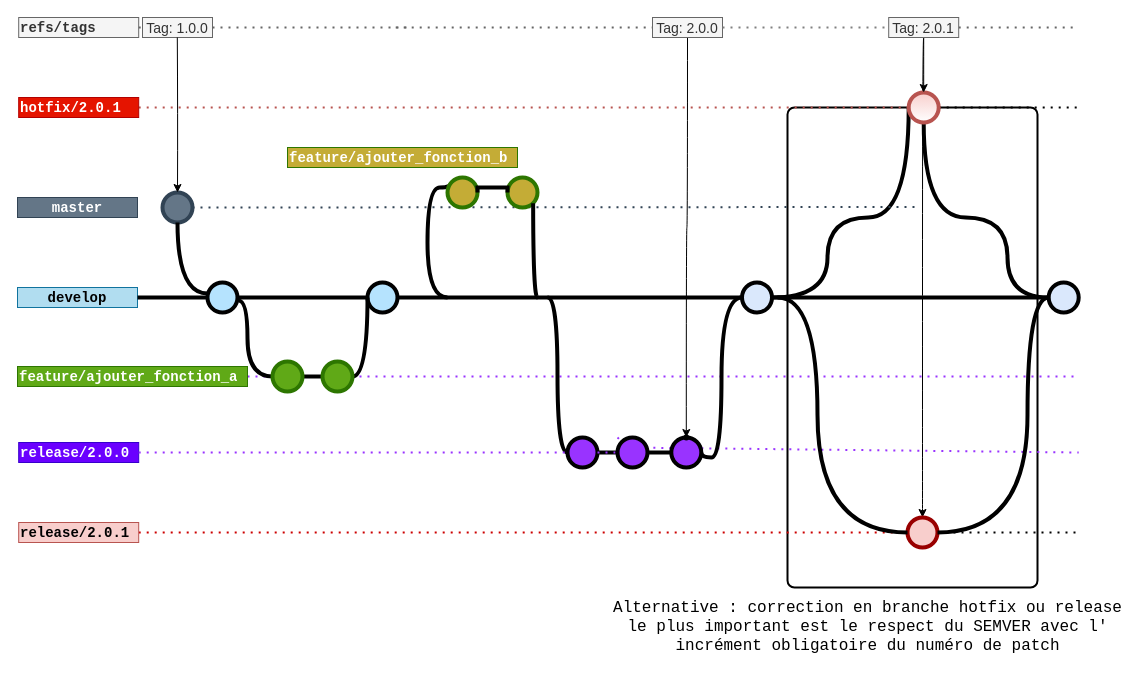
Above: page "gitflow et pipeline" (1 of 4) of BP_SAC_gitflow_13_11.drawio in jmrablat/GITFLOW-BP-SAC (draw.io), before the change. Source tidied: cells renumbered, new cells numbered last; positions are measured from the earlier drawing's top-left corner, leaving out a move shared by most shapes. Both pictures are drawn from the tidied source at 100%, with x=0, y=0 at pixel (17, 17).
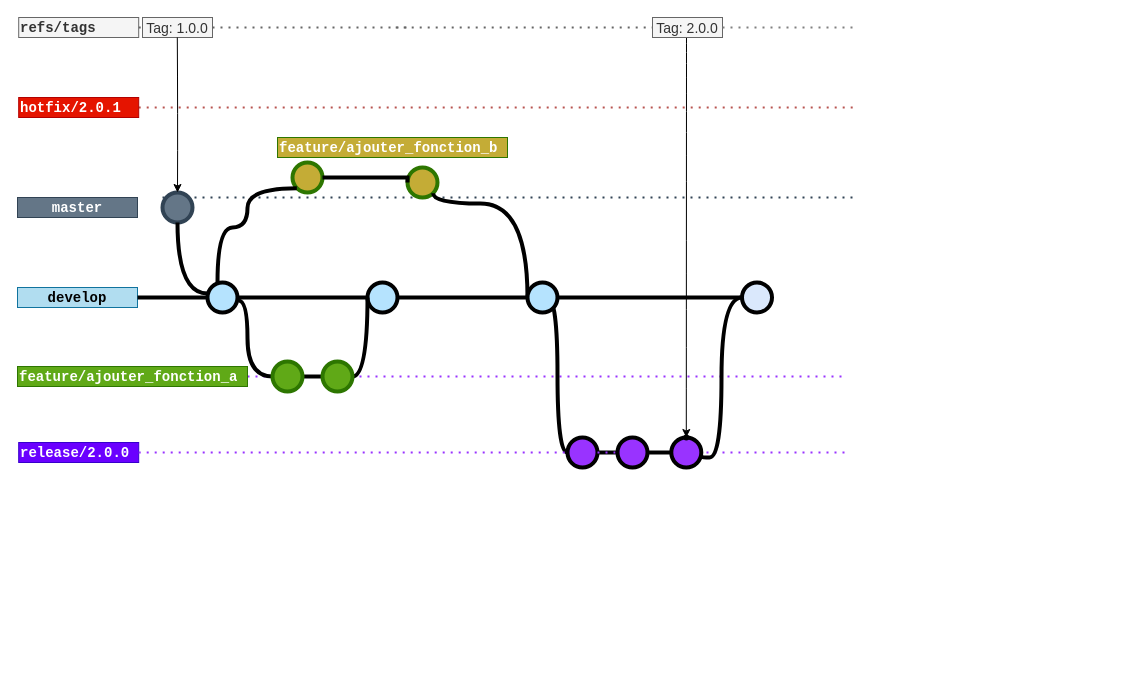
The same page after the edit.

Commit message:
mettre à jour fonction b

Unchanged cells that the change refers to:
```xml
<mxCell id="9" style="verticalLabelPosition=bottom;verticalAlign=top;html=1;strokeWidth=4;shape=mxgraph.flowchart.on-page_reference;plain-blue;gradientColor=none;fillColor=#B5E3Fe;strokeColor=#000000;" parent="1" vertex="1">
  <mxGeometry x="350" y="265" width="30" height="30" as="geometry" />
</mxCell>
<mxCell id="11" style="verticalLabelPosition=bottom;verticalAlign=top;html=1;strokeWidth=4;shape=mxgraph.flowchart.on-page_reference;plain-blue;gradientColor=none;strokeColor=#000000;" parent="1" vertex="1">
  <mxGeometry x="724.5" y="265" width="30" height="30" as="geometry" />
</mxCell>
<mxCell id="19" style="verticalLabelPosition=bottom;verticalAlign=top;html=1;strokeWidth=4;shape=mxgraph.flowchart.on-page_reference;plain-purple;gradientColor=none;strokeColor=#000000;fillColor=#9933FF;" parent="1" vertex="1">
  <mxGeometry x="653.8" y="420" width="30" height="30" as="geometry" />
</mxCell>
<mxCell id="22" value="hotfix/2.0.1" style="text;html=1;strokeColor=#B20000;fillColor=#e51400;align=left;verticalAlign=middle;whiteSpace=wrap;overflow=hidden;fontSize=14;fontStyle=1;fontFamily=Courier New;fontColor=#ffffff;" parent="1" vertex="1">
  <mxGeometry x="1.2" y="80" width="120" height="20" as="geometry" />
</mxCell>
<mxCell id="26" style="verticalLabelPosition=bottom;verticalAlign=top;html=1;strokeWidth=4;shape=mxgraph.flowchart.on-page_reference;plain-blue;gradientColor=none;fillColor=#B5E3Fe;strokeColor=#000000;" parent="1" vertex="1">
  <mxGeometry x="190" y="265" width="30" height="30" as="geometry" />
</mxCell>
<mxCell id="32" value="feature/ajouter_fonction_a" style="text;html=1;strokeColor=#2D7600;fillColor=#60a917;align=left;verticalAlign=middle;whiteSpace=wrap;overflow=hidden;fontSize=14;fontStyle=1;fontFamily=Courier New;fontColor=#ffffff;" parent="1" vertex="1">
  <mxGeometry y="349" width="230" height="20" as="geometry" />
</mxCell>
<mxCell id="36" value="Tag: 2.0.0" style="text;html=1;strokeColor=#666666;fillColor=#f5f5f5;align=center;verticalAlign=middle;whiteSpace=wrap;overflow=hidden;fontSize=14;fontColor=#333333;" parent="1" vertex="1">
  <mxGeometry x="635" width="70" height="20" as="geometry" />
</mxCell>
<mxCell id="41" style="shape=waypoint;sketch=0;size=6;points=[];fillColor=none;perimeter=centerPerimeter;snapToPoint=1;" parent="1" vertex="1">
  <mxGeometry x="648.8" y="400" width="40" height="40" as="geometry" />
</mxCell>
<mxCell id="52" style="verticalLabelPosition=bottom;verticalAlign=top;html=1;strokeWidth=4;shape=mxgraph.flowchart.on-page_reference;fillColor=#647687;strokeColor=#314354;fontColor=#ffffff;" parent="1" vertex="1">
  <mxGeometry x="145" y="175" width="30" height="30" as="geometry" />
</mxCell>
<mxCell id="64" style="verticalLabelPosition=bottom;verticalAlign=top;html=1;strokeWidth=4;shape=mxgraph.flowchart.on-page_reference;plain-purple;gradientColor=none;strokeColor=#000000;fillColor=#9933FF;" parent="1" vertex="1">
  <mxGeometry x="600" y="420" width="30" height="30" as="geometry" />
</mxCell>
```

The edit, as a diff of the source:
```diff
@@
-    <mxCell id="2" style="edgeStyle=orthogonalEdgeStyle;curved=1;rounded=0;jettySize=auto;html=1;exitX=0.5;exitY=1;exitDx=0;exitDy=0;entryX=0.5;entryY=0;entryDx=0;entryDy=0;entryPerimeter=0;" parent="1" edge="1" source="39" target="46">
-      <mxGeometry relative="1" as="geometry">
-        <Array as="points">
-          <mxPoint x="905" y="480" />
-          <mxPoint x="905" y="480" />
-        </Array>
-      </mxGeometry>
-    </mxCell>
-    <mxCell id="3" style="rounded=1;whiteSpace=wrap;html=1;absoluteArcSize=1;arcSize=14;strokeWidth=2;fontFamily=Courier New;fontSize=16;fontColor=default;fillColor=none;" parent="1" vertex="1">
-      <mxGeometry x="770" y="90" width="250" height="480" as="geometry" />
-    </mxCell>
-    <mxCell id="4" style="endArrow=none;dashed=1;html=1;dashPattern=1 3;strokeWidth=2;rounded=0;fontColor=#B85450;exitX=1;exitY=0.5;exitDx=0;exitDy=0;strokeColor=#B85450;" parent="1" edge="1" source="22" target="25">
-      <mxGeometry relative="1" as="geometry" />
+    <mxCell id="4" style="endArrow=none;dashed=1;html=1;dashPattern=1 3;strokeWidth=2;rounded=0;fontColor=#B85450;exitX=1;exitY=0.5;exitDx=0;exitDy=0;strokeColor=#B85450;" parent="1" edge="1" source="22">
+      <mxGeometry relative="1" as="geometry">
+        <mxPoint x="840" y="90" as="targetPoint" />
+      </mxGeometry>
     </mxCell>
-    <mxCell id="5" style="endArrow=none;dashed=1;html=1;dashPattern=1 3;strokeWidth=2;rounded=0;fontColor=#E1D5E7;strokeColor=#9933FF;" parent="1" edge="1" source="64">
+    <mxCell id="5" style="endArrow=none;dashed=1;html=1;dashPattern=1 3;strokeWidth=2;rounded=0;fontColor=#E1D5E7;strokeColor=#9933FF;" parent="1" edge="1">
       <mxGeometry relative="1" as="geometry">
-        <mxPoint x="1061.2" y="435" as="targetPoint" />
+        <mxPoint x="689" y="435" as="sourcePoint" />
+        <mxPoint x="830" y="435" as="targetPoint" />
         <Array as="points">
-          <mxPoint x="610" y="430" />
+          <mxPoint x="709" y="435" />
         </Array>
       </mxGeometry>
     </mxCell>
     <mxCell id="6" style="endArrow=none;dashed=1;html=1;dashPattern=1 3;strokeWidth=2;rounded=0;fontColor=#E1D5E7;strokeColor=#9933FF;" parent="1" edge="1" source="32">
       <mxGeometry relative="1" as="geometry">
-        <mxPoint x="1060" y="359" as="targetPoint" />
+        <mxPoint x="830" y="359" as="targetPoint" />
       </mxGeometry>
     </mxCell>
-    <mxCell id="7" style="edgeStyle=orthogonalEdgeStyle;rounded=0;html=1;jettySize=auto;plain-blue;endArrow=none;endFill=0;strokeWidth=4;strokeColor=#000000;" parent="1" edge="1" source="9" target="11">
+    <mxCell id="7" style="edgeStyle=orthogonalEdgeStyle;rounded=0;html=1;jettySize=auto;plain-blue;endArrow=none;endFill=0;strokeWidth=4;strokeColor=#000000;" parent="1" edge="1" source="69" target="11">
       <mxGeometry x="504.5" y="320" as="geometry" />
     </mxCell>
@@
-    <mxCell id="10" style="edgeStyle=orthogonalEdgeStyle;curved=1;rounded=0;jettySize=auto;html=1;endArrow=none;endFill=0;strokeWidth=4;fontFamily=Courier New;fontSize=16;" parent="1" edge="1" source="11">
-      <mxGeometry relative="1" as="geometry">
-        <mxPoint x="1030" y="280" as="targetPoint" />
-      </mxGeometry>
-    </mxCell>
@@
-    <mxCell id="12" style="edgeStyle=orthogonalEdgeStyle;curved=1;rounded=0;jettySize=auto;html=1;endArrow=none;endFill=0;strokeWidth=4;fontFamily=Courier New;fontSize=16;entryX=0;entryY=0.5;entryDx=0;entryDy=0;entryPerimeter=0;exitX=1;exitY=0.5;exitDx=0;exitDy=0;exitPerimeter=0;" parent="1" edge="1" source="11" target="25">
-      <mxGeometry relative="1" as="geometry">
-        <Array as="points">
-          <mxPoint x="810" y="280" />
-          <mxPoint x="810" y="200" />
-        </Array>
-      </mxGeometry>
-    </mxCell>
-    <mxCell id="13" style="verticalLabelPosition=bottom;verticalAlign=top;html=1;strokeWidth=4;shape=mxgraph.flowchart.on-page_reference;plain-blue;gradientColor=none;strokeColor=#000000;" parent="1" vertex="1">
-      <mxGeometry x="1031.2" y="265" width="30" height="30" as="geometry" />
-    </mxCell>
@@
     <mxCell id="18" style="edgeStyle=orthogonalEdgeStyle;curved=1;rounded=0;html=1;exitX=1;exitY=0.5;exitPerimeter=0;entryX=0;entryY=0.5;entryPerimeter=0;endArrow=none;endFill=0;jettySize=auto;strokeWidth=4;fontSize=15;" parent="1" edge="1" source="19" target="11">
       <mxGeometry relative="1" as="geometry">
         <Array as="points">
-          <mxPoint x="684" y="440" />
+          <mxPoint x="680" y="435" />
+          <mxPoint x="680" y="440" />
           <mxPoint x="704" y="440" />
           <mxPoint x="704" y="280" />
         </Array>
       </mxGeometry>
     </mxCell>
@@
-    <mxCell id="21" style="edgeStyle=orthogonalEdgeStyle;curved=1;rounded=0;jettySize=auto;html=1;endArrow=none;endFill=0;strokeWidth=4;fontFamily=Courier New;fontSize=16;entryX=0;entryY=0.5;entryDx=0;entryDy=0;entryPerimeter=0;" parent="1" edge="1" source="25" target="13">
-      <mxGeometry relative="1" as="geometry">
-        <Array as="points">
-          <mxPoint x="990" y="200" />
-          <mxPoint x="990" y="280" />
-        </Array>
-      </mxGeometry>
-    </mxCell>
@@
-    <mxCell id="23" style="endArrow=none;dashed=1;html=1;dashPattern=1 3;strokeWidth=2;rounded=0;startArrow=none;" parent="1" edge="1" source="25">
-      <mxGeometry relative="1" as="geometry">
-        <mxPoint x="1061.2" y="90" as="targetPoint" />
-      </mxGeometry>
-    </mxCell>
@@
-    <mxCell id="25" style="verticalLabelPosition=bottom;verticalAlign=top;html=1;strokeWidth=4;shape=mxgraph.flowchart.on-page_reference;plain-blue;gradientColor=#ffffff;strokeColor=#B85450;fillColor=#F8CECC;" parent="1" vertex="1">
-      <mxGeometry x="891.2" y="75" width="30" height="30" as="geometry" />
-    </mxCell>
@@
-    <mxCell id="33" style="endArrow=none;dashed=1;html=1;dashPattern=1 3;strokeWidth=2;rounded=0;fontColor=#B85450;exitX=1;exitY=0.5;exitDx=0;exitDy=0;strokeColor=#666666;startArrow=none;" parent="1" edge="1" source="39">
-      <mxGeometry relative="1" as="geometry">
-        <mxPoint x="1061.2" y="10" as="targetPoint" />
-      </mxGeometry>
-    </mxCell>
@@
     <mxCell id="35" style="edgeStyle=orthogonalEdgeStyle;curved=1;rounded=0;jettySize=auto;html=1;" parent="1" edge="1" source="36" target="41">
-      <mxGeometry relative="1" as="geometry" />
+      <mxGeometry relative="1" as="geometry">
+        <Array as="points">
+          <mxPoint x="669" y="60" />
+          <mxPoint x="669" y="60" />
+        </Array>
+      </mxGeometry>
     </mxCell>
@@
-    <mxCell id="38" style="edgeStyle=orthogonalEdgeStyle;curved=1;rounded=0;jettySize=auto;html=1;entryX=0.5;entryY=0;entryDx=0;entryDy=0;entryPerimeter=0;" parent="1" edge="1" source="39" target="25">
-      <mxGeometry relative="1" as="geometry" />
-    </mxCell>
-    <mxCell id="39" value="Tag: 2.0.1" style="text;html=1;strokeColor=#666666;fillColor=#f5f5f5;align=center;verticalAlign=middle;whiteSpace=wrap;overflow=hidden;fontSize=14;fontColor=#333333;" parent="1" vertex="1">
-      <mxGeometry x="871.2" width="70" height="20" as="geometry" />
-    </mxCell>
-    <mxCell id="40" style="endArrow=none;dashed=1;html=1;dashPattern=1 3;strokeWidth=2;rounded=0;fontColor=#B85450;exitX=1;exitY=0.5;exitDx=0;exitDy=0;strokeColor=#808080;startArrow=none;" parent="1" edge="1" source="36" target="39">
-      <mxGeometry relative="1" as="geometry" />
+    <mxCell id="40" style="endArrow=none;dashed=1;html=1;dashPattern=1 3;strokeWidth=2;rounded=0;fontColor=#B85450;exitX=1;exitY=0.5;exitDx=0;exitDy=0;strokeColor=#808080;startArrow=none;" parent="1" edge="1" source="36">
+      <mxGeometry relative="1" as="geometry">
+        <mxPoint x="840" y="10" as="targetPoint" />
+      </mxGeometry>
     </mxCell>
@@
-    <mxCell id="43" style="endArrow=none;dashed=1;html=1;dashPattern=1 3;strokeWidth=2;rounded=0;fontColor=#B85450;exitX=1;exitY=0.5;exitDx=0;exitDy=0;strokeColor=#CC0000;" parent="1" edge="1" source="44" target="46">
-      <mxGeometry relative="1" as="geometry" />
-    </mxCell>
-    <mxCell id="44" value="release/2.0.1" style="text;html=1;strokeColor=#b85450;fillColor=#f8cecc;align=left;verticalAlign=middle;whiteSpace=wrap;overflow=hidden;fontSize=14;fontStyle=1;fontFamily=Courier New;" parent="1" vertex="1">
-      <mxGeometry x="1.2" y="505" width="120" height="20" as="geometry" />
-    </mxCell>
-    <mxCell id="45" style="endArrow=none;dashed=1;html=1;dashPattern=1 3;strokeWidth=2;rounded=0;startArrow=none;" parent="1" edge="1" source="46">
-      <mxGeometry relative="1" as="geometry">
-        <mxPoint x="1061.2" y="515" as="targetPoint" />
-      </mxGeometry>
-    </mxCell>
-    <mxCell id="46" style="verticalLabelPosition=bottom;verticalAlign=top;html=1;strokeWidth=4;shape=mxgraph.flowchart.on-page_reference;strokeColor=#990000;fillColor=#f8cecc;" parent="1" vertex="1">
-      <mxGeometry x="890" y="500" width="30" height="30" as="geometry" />
-    </mxCell>
-    <mxCell id="47" style="edgeStyle=orthogonalEdgeStyle;curved=1;rounded=0;jettySize=auto;html=1;endArrow=none;endFill=0;strokeWidth=4;fontFamily=Courier New;fontSize=16;entryX=0;entryY=0.5;entryDx=0;entryDy=0;entryPerimeter=0;" parent="1" edge="1" target="46">
-      <mxGeometry relative="1" as="geometry">
-        <mxPoint x="760" y="280" as="sourcePoint" />
-        <Array as="points">
-          <mxPoint x="800" y="280" />
-          <mxPoint x="800" y="515" />
-        </Array>
-      </mxGeometry>
-    </mxCell>
-    <mxCell id="48" style="edgeStyle=orthogonalEdgeStyle;curved=1;rounded=0;jettySize=auto;html=1;endArrow=none;endFill=0;strokeWidth=4;fontFamily=Courier New;fontSize=16;entryX=0;entryY=0.5;entryDx=0;entryDy=0;entryPerimeter=0;exitX=1;exitY=0.5;exitDx=0;exitDy=0;exitPerimeter=0;" parent="1" edge="1" source="46" target="13">
-      <mxGeometry relative="1" as="geometry">
-        <Array as="points">
-          <mxPoint x="1010" y="515" />
-          <mxPoint x="1010" y="280" />
-        </Array>
-      </mxGeometry>
-    </mxCell>
-    <mxCell id="49" value="Alternative : correction en branche hotfix ou release&lt;br&gt;le plus important est le respect du SEMVER avec l'&lt;br&gt;incrément obligatoire du numéro de patch" style="text;html=1;align=center;verticalAlign=middle;strokeColor=none;fillColor=none;fontSize=16;fontFamily=Courier New;fontColor=default;" parent="1" vertex="1">
-      <mxGeometry x="590" y="580" width="520" height="60" as="geometry" />
-    </mxCell>
@@
-    <mxCell id="51" style="endArrow=none;dashed=1;html=1;dashPattern=1 3;strokeWidth=2;rounded=0;fontColor=#B85450;exitX=1;exitY=0.5;exitDx=0;exitDy=0;strokeColor=#314354;fillColor=#647687;startArrow=none;" parent="1" edge="1" source="52">
+    <mxCell id="51" style="endArrow=none;dashed=1;html=1;dashPattern=1 3;strokeWidth=2;rounded=0;fontColor=#B85450;exitX=1;exitY=0.5;exitDx=0;exitDy=0;strokeColor=#314354;fillColor=#647687;startArrow=none;" parent="1" edge="1">
       <mxGeometry relative="1" as="geometry">
-        <mxPoint x="901.2" y="189.5" as="targetPoint" />
+        <mxPoint x="145" y="180" as="sourcePoint" />
+        <mxPoint x="840" y="180" as="targetPoint" />
       </mxGeometry>
     </mxCell>
@@
-    <mxCell id="57" style="edgeStyle=orthogonalEdgeStyle;shape=connector;curved=1;rounded=0;jettySize=auto;html=1;labelBackgroundColor=default;fontFamily=Helvetica;fontSize=15;fontColor=default;endArrow=none;endFill=0;strokeColor=default;strokeWidth=4;entryX=0.145;entryY=0.145;entryDx=0;entryDy=0;entryPerimeter=0;" parent="1" edge="1" target="58">
-      <mxGeometry relative="1" as="geometry">
-        <mxPoint x="430" y="280" as="sourcePoint" />
-        <Array as="points">
-          <mxPoint x="410" y="280" />
-          <mxPoint x="410" y="170" />
-          <mxPoint x="434" y="170" />
-        </Array>
-      </mxGeometry>
-    </mxCell>
     <mxCell id="58" style="verticalLabelPosition=bottom;verticalAlign=top;html=1;strokeWidth=4;shape=mxgraph.flowchart.on-page_reference;strokeColor=#2D7600;fillColor=#c4ac36;fontColor=#ffffff;" parent="1" vertex="1">
-      <mxGeometry x="430" y="160" width="30" height="30" as="geometry" />
+      <mxGeometry x="275" y="145" width="30" height="30" as="geometry" />
     </mxCell>
     <mxCell id="59" style="verticalLabelPosition=bottom;verticalAlign=top;html=1;strokeWidth=4;shape=mxgraph.flowchart.on-page_reference;strokeColor=#2D7600;fillColor=#c4ac36;fontColor=#ffffff;" parent="1" vertex="1">
-      <mxGeometry x="490" y="160" width="30" height="30" as="geometry" />
+      <mxGeometry x="390" y="150" width="30" height="30" as="geometry" />
     </mxCell>
     <mxCell id="60" style="edgeStyle=orthogonalEdgeStyle;rounded=0;html=1;jettySize=auto;strokeWidth=4;endArrow=none;endFill=0;exitX=1;exitY=0.5;exitDx=0;exitDy=0;entryX=0;entryY=0.5;entryDx=0;entryDy=0;entryPerimeter=0;exitPerimeter=0;" parent="1" edge="1" source="58" target="59">
       <mxGeometry x="404.5" y="320" as="geometry">
         <Array as="points">
-          <mxPoint x="460" y="170" />
-          <mxPoint x="490" y="170" />
+          <mxPoint x="390" y="160" />
         </Array>
       </mxGeometry>
     </mxCell>
@@
-    <mxCell id="65" style="edgeStyle=orthogonalEdgeStyle;curved=1;rounded=0;html=1;endArrow=none;endFill=0;jettySize=auto;strokeWidth=4;fontSize=15;exitX=0.855;exitY=0.855;exitDx=0;exitDy=0;exitPerimeter=0;" parent="1" edge="1" source="59">
+    <mxCell id="65" style="edgeStyle=orthogonalEdgeStyle;curved=1;rounded=0;html=1;endArrow=none;endFill=0;jettySize=auto;strokeWidth=4;fontSize=15;exitX=0.855;exitY=0.855;exitDx=0;exitDy=0;exitPerimeter=0;" parent="1" edge="1" source="69">
       <mxGeometry relative="1" as="geometry">
         <mxPoint x="520" y="280" as="targetPoint" />
         <Array as="points">
           <mxPoint x="516" y="280" />
         </Array>
       </mxGeometry>
     </mxCell>
     <mxCell id="66" value="feature/ajouter_fonction_b" style="text;html=1;strokeColor=#2D7600;fillColor=#C4AC36;align=left;verticalAlign=middle;whiteSpace=wrap;overflow=hidden;fontSize=14;fontStyle=1;fontFamily=Courier New;fontColor=#ffffff;" parent="1" vertex="1">
-      <mxGeometry x="270" y="130" width="230" height="20" as="geometry" />
+      <mxGeometry x="260" y="120" width="230" height="20" as="geometry" />
     </mxCell>
+    <mxCell id="67" style="edgeStyle=orthogonalEdgeStyle;rounded=0;html=1;jettySize=auto;plain-blue;endArrow=none;endFill=0;strokeWidth=4;strokeColor=#000000;" parent="1" edge="1" source="9" target="69">
+      <mxGeometry x="504.5" y="320" as="geometry" />
+    </mxCell>
+    <mxCell id="68" style="edgeStyle=orthogonalEdgeStyle;curved=1;rounded=0;html=1;endArrow=none;endFill=0;jettySize=auto;strokeWidth=4;fontSize=15;exitX=0.855;exitY=0.855;exitDx=0;exitDy=0;exitPerimeter=0;entryX=0;entryY=0.5;entryDx=0;entryDy=0;entryPerimeter=0;" parent="1" edge="1" source="59" target="69">
+      <mxGeometry relative="1" as="geometry">
+        <Array as="points">
+          <mxPoint x="416" y="186" />
+          <mxPoint x="510" y="186" />
+        </Array>
+      </mxGeometry>
+    </mxCell>
+    <mxCell id="69" style="verticalLabelPosition=bottom;verticalAlign=top;html=1;strokeWidth=4;shape=mxgraph.flowchart.on-page_reference;plain-blue;gradientColor=none;fillColor=#B5E3Fe;strokeColor=#000000;" parent="1" vertex="1">
+      <mxGeometry x="510" y="265" width="30" height="30" as="geometry" />
+    </mxCell>
+    <mxCell id="70" style="edgeStyle=orthogonalEdgeStyle;curved=1;rounded=0;jettySize=auto;html=1;endArrow=none;endFill=0;strokeWidth=4;fontFamily=Courier New;fontSize=16;entryX=0.145;entryY=0.855;entryDx=0;entryDy=0;entryPerimeter=0;" parent="1" edge="1" source="26" target="58">
+      <mxGeometry relative="1" as="geometry">
+        <Array as="points">
+          <mxPoint x="200" y="210" />
+          <mxPoint x="230" y="210" />
+          <mxPoint x="230" y="171" />
+        </Array>
+      </mxGeometry>
+    </mxCell>
```
